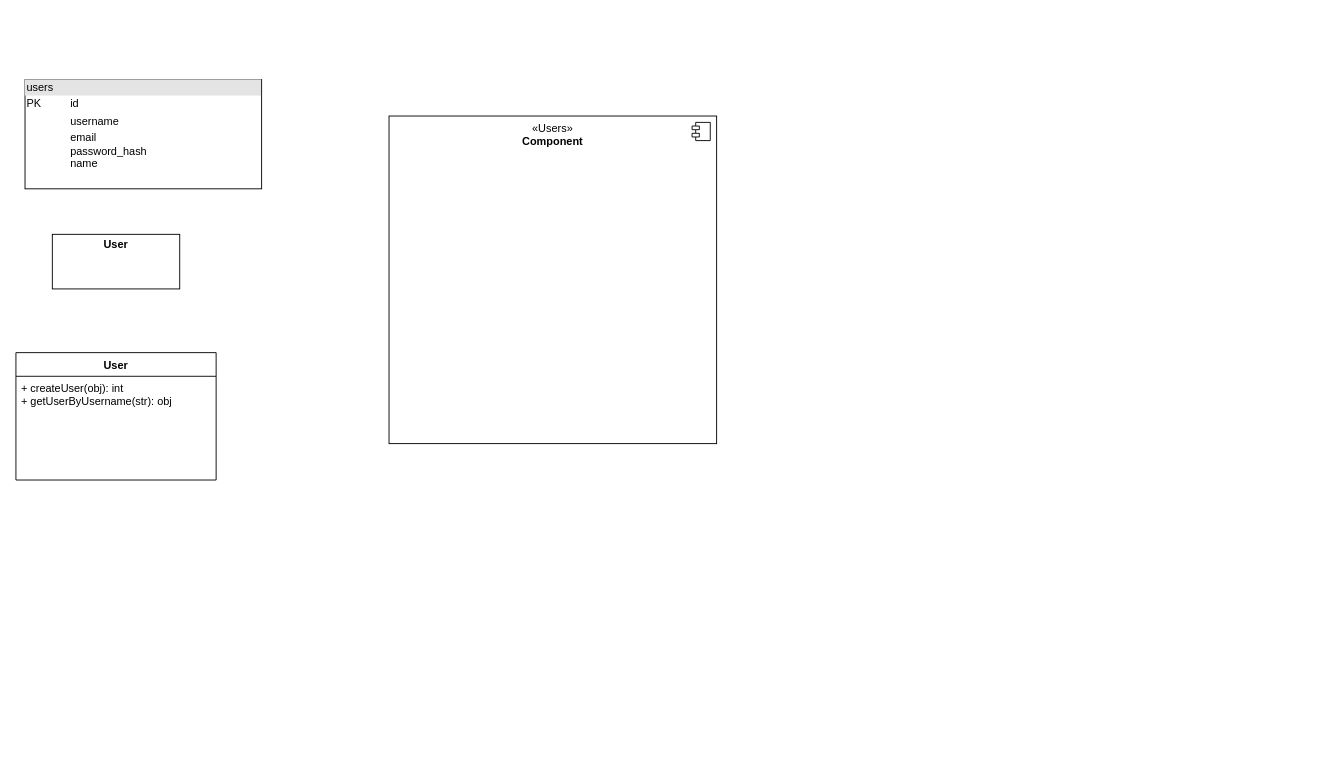
Earlier version of the draw.io diagram notepad.drawio (UladzimirTreihis/UMLs). Source tidied: cells renumbered, new cells numbered last; positions are measured from the earlier drawing's top-left corner, leaving out a move shared by most shapes. Both pictures are drawn from the tidied source at 91%, with x=0, y=0 at pixel (15, 79).
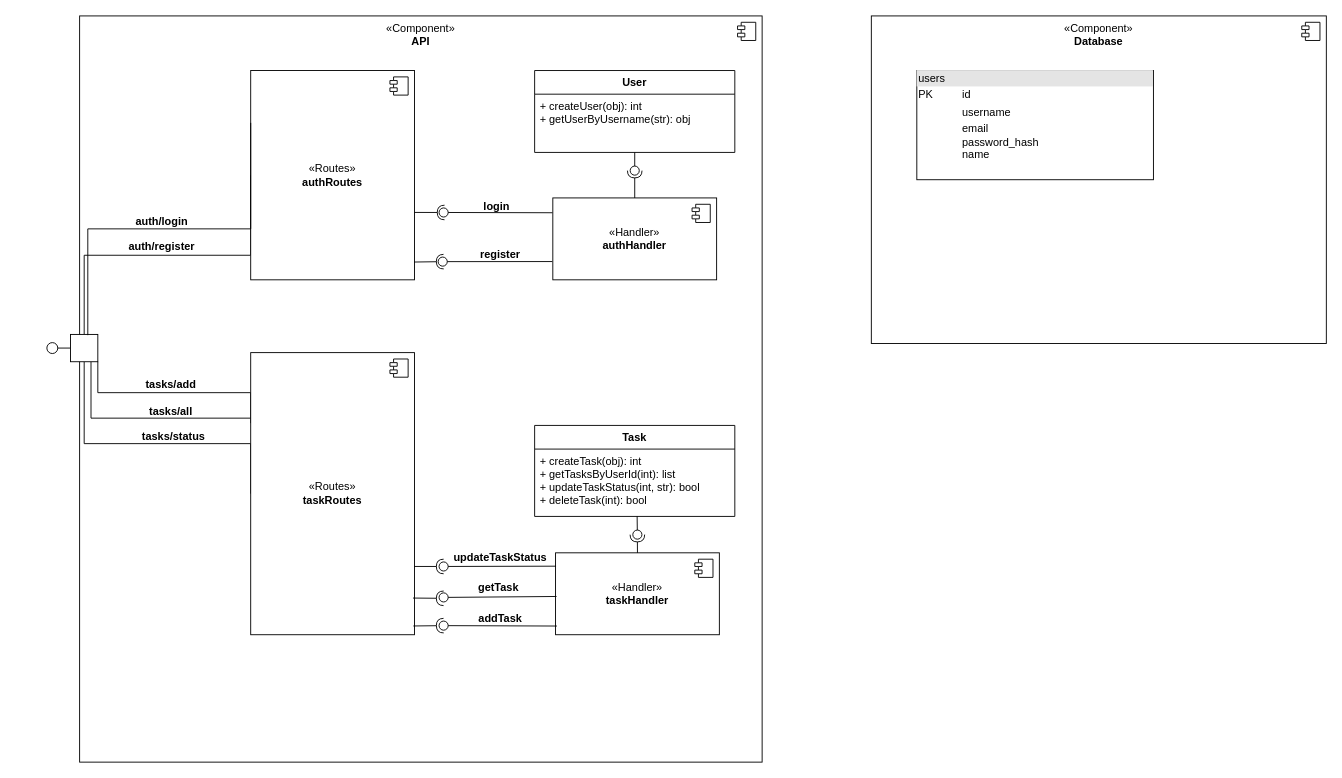
Above is the later version.

Diff of the diagram source:
```diff
@@
+    <mxCell id="8" value="«Component»&lt;br&gt;&lt;b&gt;Database&lt;/b&gt;" style="html=1;whiteSpace=wrap;verticalAlign=top;" parent="1" vertex="1">
+      <mxGeometry x="940" y="-70" width="500" height="360" as="geometry" />
+    </mxCell>
+    <mxCell id="9" style="shape=module;jettyWidth=8;jettyHeight=4;" parent="8" vertex="1">
+      <mxGeometry x="1" width="20" height="20" relative="1" as="geometry">
+        <mxPoint x="-27" y="7" as="offset" />
+      </mxGeometry>
+    </mxCell>
-    <mxCell id="2" value="«Users»&lt;br&gt;&lt;b&gt;Component&lt;/b&gt;" style="html=1;whiteSpace=wrap;verticalAlign=top;" parent="1" vertex="1">
-      <mxGeometry x="410" y="40" width="360" height="360" as="geometry" />
+    <mxCell id="2" value="«Component»&lt;br&gt;&lt;b&gt;API&lt;/b&gt;" style="html=1;whiteSpace=wrap;verticalAlign=top;" parent="1" vertex="1">
+      <mxGeometry x="70" y="-70" width="750" height="820" as="geometry" />
     </mxCell>
@@
     <mxCell id="4" value="&lt;div style=&quot;box-sizing:border-box;width:100%;background:#e4e4e4;padding:2px;&quot;&gt;users&lt;/div&gt;&lt;table style=&quot;width:100%;font-size:1em;&quot; cellpadding=&quot;2&quot; cellspacing=&quot;0&quot;&gt;&lt;tbody&gt;&lt;tr&gt;&lt;td&gt;PK&lt;/td&gt;&lt;td&gt;id&lt;/td&gt;&lt;/tr&gt;&lt;tr&gt;&lt;td&gt;&lt;br&gt;&lt;/td&gt;&lt;td&gt;username&lt;/td&gt;&lt;/tr&gt;&lt;tr&gt;&lt;td&gt;&lt;/td&gt;&lt;td&gt;email&lt;br&gt;password_hash&lt;br&gt;name&lt;/td&gt;&lt;/tr&gt;&lt;/tbody&gt;&lt;/table&gt;" style="verticalAlign=top;align=left;overflow=fill;html=1;whiteSpace=wrap;" parent="1" vertex="1">
-      <mxGeometry x="10" width="260" height="120" as="geometry" />
+      <mxGeometry x="990" y="-10" width="260" height="120" as="geometry" />
     </mxCell>
-    <mxCell id="5" value="&lt;p style=&quot;margin:0px;margin-top:4px;text-align:center;&quot;&gt;&lt;b&gt;User&lt;/b&gt;&lt;/p&gt;" style="verticalAlign=top;align=left;overflow=fill;html=1;whiteSpace=wrap;" parent="1" vertex="1">
-      <mxGeometry x="40" y="170" width="140" height="60" as="geometry" />
-    </mxCell>
     <mxCell id="6" value="User" style="swimlane;fontStyle=1;align=center;verticalAlign=top;horizontal=1;startSize=26;whiteSpace=wrap;html=1;" parent="1" vertex="1">
-      <mxGeometry y="300" width="220" height="140" as="geometry" />
+      <mxGeometry x="570" y="-10" width="220" height="90" as="geometry" />
     </mxCell>
     <mxCell id="7" value="+ createUser(obj): int&lt;div&gt;+ getUserByUsername(str): obj&lt;/div&gt;" style="text;strokeColor=none;fillColor=none;align=left;verticalAlign=top;spacingLeft=4;spacingRight=4;overflow=hidden;points=[[0,0.5],[1,0.5]];portConstraint=eastwest;whiteSpace=wrap;html=1;" parent="6" vertex="1">
-      <mxGeometry y="26" width="220" height="114" as="geometry" />
+      <mxGeometry y="26" width="220" height="64" as="geometry" />
     </mxCell>
+    <mxCell id="10" value="«Handler»&lt;br&gt;&lt;b&gt;authHandler&lt;/b&gt;" style="html=1;whiteSpace=wrap;verticalAlign=middle;" parent="1" vertex="1">
+      <mxGeometry x="590" y="130" width="180" height="90" as="geometry" />
+    </mxCell>
+    <mxCell id="11" style="shape=module;jettyWidth=8;jettyHeight=4;" parent="10" vertex="1">
+      <mxGeometry x="1" width="20" height="20" relative="1" as="geometry">
+        <mxPoint x="-27" y="7" as="offset" />
+      </mxGeometry>
+    </mxCell>
+    <mxCell id="12" style="edgeStyle=elbowEdgeStyle;shape=connector;rounded=0;jettySize=auto;html=1;exitX=0;exitY=0.5;exitDx=0;exitDy=0;entryX=0.5;entryY=1;entryDx=0;entryDy=0;strokeColor=default;strokeWidth=1;align=center;verticalAlign=middle;fontFamily=Helvetica;fontSize=11;fontColor=default;labelBackgroundColor=default;endArrow=none;endFill=0;endSize=12;elbow=vertical;" parent="1" edge="1" source="13" target="46">
+      <mxGeometry relative="1" as="geometry" />
+    </mxCell>
+    <mxCell id="13" value="«Routes»&lt;br&gt;&lt;b&gt;authRoutes&lt;/b&gt;" style="html=1;whiteSpace=wrap;verticalAlign=middle;" parent="1" vertex="1">
+      <mxGeometry x="258" y="-10" width="180" height="230" as="geometry" />
+    </mxCell>
+    <mxCell id="14" style="shape=module;jettyWidth=8;jettyHeight=4;" parent="13" vertex="1">
+      <mxGeometry x="1" width="20" height="20" relative="1" as="geometry">
+        <mxPoint x="-27" y="7" as="offset" />
+      </mxGeometry>
+    </mxCell>
+    <mxCell id="15" style="ellipse;whiteSpace=wrap;html=1;align=center;fillColor=none;strokeColor=none;perimeter=centerPerimeter;" parent="1" vertex="1">
+      <mxGeometry x="678" y="108" width="10" height="10" as="geometry" />
+    </mxCell>
+    <mxCell id="16" value="login" style="text;align=center;fontStyle=1;verticalAlign=middle;spacingLeft=3;spacingRight=3;strokeColor=none;html=1;" parent="1" vertex="1">
+      <mxGeometry x="498" y="135" width="60" height="10" as="geometry" />
+    </mxCell>
+    <mxCell id="17" value="register" style="text;align=center;fontStyle=1;verticalAlign=middle;spacingLeft=3;spacingRight=3;strokeColor=none;html=1;" parent="1" vertex="1">
+      <mxGeometry x="502" y="188" width="60" height="10" as="geometry" />
+    </mxCell>
+    <mxCell id="18" value="Task" style="swimlane;fontStyle=1;align=center;verticalAlign=top;horizontal=1;startSize=26;whiteSpace=wrap;html=1;" parent="1" vertex="1">
+      <mxGeometry x="570" y="380" width="220" height="100" as="geometry" />
+    </mxCell>
+    <mxCell id="19" value="+ createTask(obj): int&lt;div&gt;+ getTasksByUserId(int): list&lt;/div&gt;&lt;div&gt;+ updateTaskStatus(int, str): bool&lt;/div&gt;&lt;div&gt;+ deleteTask(int): bool&lt;/div&gt;" style="text;strokeColor=none;fillColor=none;align=left;verticalAlign=top;spacingLeft=4;spacingRight=4;overflow=hidden;points=[[0,0.5],[1,0.5]];portConstraint=eastwest;whiteSpace=wrap;html=1;" parent="18" vertex="1">
+      <mxGeometry y="26" width="220" height="74" as="geometry" />
+    </mxCell>
+    <mxCell id="20" value="«Handler»&lt;br&gt;&lt;b&gt;taskHandler&lt;/b&gt;" style="html=1;whiteSpace=wrap;verticalAlign=middle;" parent="1" vertex="1">
+      <mxGeometry x="593" y="520" width="180" height="90" as="geometry" />
+    </mxCell>
+    <mxCell id="21" style="shape=module;jettyWidth=8;jettyHeight=4;" parent="20" vertex="1">
+      <mxGeometry x="1" width="20" height="20" relative="1" as="geometry">
+        <mxPoint x="-27" y="7" as="offset" />
+      </mxGeometry>
+    </mxCell>
+    <mxCell id="22" style="edgeStyle=elbowEdgeStyle;shape=connector;rounded=0;jettySize=auto;html=1;exitX=0;exitY=0.25;exitDx=0;exitDy=0;entryX=0;entryY=0;entryDx=0;entryDy=0;strokeColor=default;strokeWidth=1;align=center;verticalAlign=middle;fontFamily=Helvetica;fontSize=11;fontColor=default;labelBackgroundColor=default;endArrow=none;endFill=0;endSize=12;elbow=vertical;" parent="1" edge="1" source="25" target="46">
+      <mxGeometry relative="1" as="geometry" />
+    </mxCell>
+    <mxCell id="23" style="edgeStyle=elbowEdgeStyle;shape=connector;rounded=0;jettySize=auto;html=1;exitX=0.011;exitY=0.43;exitDx=0;exitDy=0;entryX=0.25;entryY=0;entryDx=0;entryDy=0;strokeColor=default;strokeWidth=1;align=center;verticalAlign=middle;fontFamily=Helvetica;fontSize=11;fontColor=default;labelBackgroundColor=default;endArrow=none;endFill=0;endSize=12;elbow=vertical;exitPerimeter=0;" parent="1" edge="1" source="25" target="46">
+      <mxGeometry relative="1" as="geometry" />
+    </mxCell>
+    <mxCell id="24" style="edgeStyle=elbowEdgeStyle;shape=connector;rounded=0;jettySize=auto;html=1;exitX=0;exitY=0.5;exitDx=0;exitDy=0;entryX=0.5;entryY=0;entryDx=0;entryDy=0;strokeColor=default;strokeWidth=1;align=center;verticalAlign=middle;fontFamily=Helvetica;fontSize=11;fontColor=default;labelBackgroundColor=default;endArrow=none;endFill=0;endSize=12;elbow=vertical;" parent="1" edge="1" source="25" target="46">
+      <mxGeometry relative="1" as="geometry">
+        <Array as="points">
+          <mxPoint x="160" y="400" />
+        </Array>
+      </mxGeometry>
+    </mxCell>
+    <mxCell id="25" value="«Routes»&lt;br&gt;&lt;b&gt;taskRoutes&lt;/b&gt;" style="html=1;whiteSpace=wrap;verticalAlign=middle;flipH=0;direction=east;" parent="1" vertex="1">
+      <mxGeometry x="258" y="300" width="180" height="310" as="geometry" />
+    </mxCell>
+    <mxCell id="26" style="shape=module;jettyWidth=8;jettyHeight=4;" parent="25" vertex="1">
+      <mxGeometry x="1" width="20" height="20" relative="1" as="geometry">
+        <mxPoint x="-27" y="7" as="offset" />
+      </mxGeometry>
+    </mxCell>
+    <mxCell id="27" value="getTask" style="text;align=center;fontStyle=1;verticalAlign=middle;spacingLeft=3;spacingRight=3;strokeColor=none;html=1;" parent="1" vertex="1">
+      <mxGeometry x="500" y="553" width="60" height="10" as="geometry" />
+    </mxCell>
+    <mxCell id="28" value="addTask" style="text;align=center;fontStyle=1;verticalAlign=middle;spacingLeft=3;spacingRight=3;strokeColor=none;html=1;" parent="1" vertex="1">
+      <mxGeometry x="502" y="587" width="60" height="10" as="geometry" />
+    </mxCell>
+    <mxCell id="29" value="updateTaskStatus" style="text;align=center;fontStyle=1;verticalAlign=middle;spacingLeft=3;spacingRight=3;strokeColor=none;html=1;" parent="1" vertex="1">
+      <mxGeometry x="502" y="520" width="60" height="10" as="geometry" />
+    </mxCell>
+    <mxCell id="30" style="rounded=0;jettySize=auto;html=1;endArrow=halfCircle;endFill=0;endSize=6;strokeWidth=1;sketch=0;strokeColor=default;align=center;verticalAlign=middle;fontFamily=Helvetica;fontSize=11;fontColor=default;labelBackgroundColor=default;exitX=0.993;exitY=0.969;exitDx=0;exitDy=0;exitPerimeter=0;" parent="1" edge="1" source="25">
+      <mxGeometry relative="1" as="geometry">
+        <mxPoint x="470" y="600" as="targetPoint" />
+      </mxGeometry>
+    </mxCell>
+    <mxCell id="31" style="rounded=0;jettySize=auto;html=1;endArrow=oval;endFill=0;sketch=0;sourcePerimeterSpacing=0;targetPerimeterSpacing=0;endSize=10;strokeColor=default;strokeWidth=1;align=center;verticalAlign=middle;fontFamily=Helvetica;fontSize=11;fontColor=default;labelBackgroundColor=default;exitX=0.008;exitY=0.894;exitDx=0;exitDy=0;exitPerimeter=0;" parent="1" edge="1" source="20">
+      <mxGeometry relative="1" as="geometry">
+        <mxPoint x="470" y="600" as="targetPoint" />
+      </mxGeometry>
+    </mxCell>
+    <mxCell id="32" style="ellipse;whiteSpace=wrap;html=1;align=center;fillColor=none;strokeColor=none;perimeter=centerPerimeter;fontFamily=Helvetica;fontSize=11;fontColor=default;labelBackgroundColor=default;" parent="1" vertex="1">
+      <mxGeometry x="527" y="630" width="10" height="10" as="geometry" />
+    </mxCell>
+    <mxCell id="33" style="rounded=0;jettySize=auto;html=1;endArrow=halfCircle;endFill=0;endSize=6;strokeWidth=1;sketch=0;strokeColor=default;align=center;verticalAlign=middle;fontFamily=Helvetica;fontSize=11;fontColor=default;labelBackgroundColor=default;exitX=0.991;exitY=0.87;exitDx=0;exitDy=0;exitPerimeter=0;" parent="1" edge="1" source="25">
+      <mxGeometry relative="1" as="geometry">
+        <mxPoint x="470" y="570" as="targetPoint" />
+      </mxGeometry>
+    </mxCell>
+    <mxCell id="34" style="rounded=0;jettySize=auto;html=1;endArrow=oval;endFill=0;sketch=0;sourcePerimeterSpacing=0;targetPerimeterSpacing=0;endSize=10;strokeColor=default;strokeWidth=1;align=center;verticalAlign=middle;fontFamily=Helvetica;fontSize=11;fontColor=default;labelBackgroundColor=default;exitX=0.006;exitY=0.533;exitDx=0;exitDy=0;exitPerimeter=0;" parent="1" edge="1" source="20">
+      <mxGeometry relative="1" as="geometry">
+        <mxPoint x="470" y="569" as="targetPoint" />
+      </mxGeometry>
+    </mxCell>
+    <mxCell id="35" style="rounded=0;jettySize=auto;html=1;endArrow=halfCircle;endFill=0;endSize=6;strokeWidth=1;sketch=0;strokeColor=default;align=center;verticalAlign=middle;fontFamily=Helvetica;fontSize=11;fontColor=default;labelBackgroundColor=default;exitX=0.998;exitY=0.758;exitDx=0;exitDy=0;exitPerimeter=0;" parent="1" edge="1" source="25">
+      <mxGeometry relative="1" as="geometry">
+        <mxPoint x="470" y="535" as="targetPoint" />
+      </mxGeometry>
+    </mxCell>
+    <mxCell id="36" style="rounded=0;jettySize=auto;html=1;endArrow=oval;endFill=0;sketch=0;sourcePerimeterSpacing=0;targetPerimeterSpacing=0;endSize=10;strokeColor=default;strokeWidth=1;align=center;verticalAlign=middle;fontFamily=Helvetica;fontSize=11;fontColor=default;labelBackgroundColor=default;exitX=0.003;exitY=0.163;exitDx=0;exitDy=0;exitPerimeter=0;" parent="1" edge="1" source="20">
+      <mxGeometry relative="1" as="geometry">
+        <mxPoint x="470" y="535" as="targetPoint" />
+      </mxGeometry>
+    </mxCell>
+    <mxCell id="37" style="rounded=0;jettySize=auto;html=1;endArrow=halfCircle;endFill=0;endSize=6;strokeWidth=1;sketch=0;strokeColor=default;align=center;verticalAlign=middle;fontFamily=Helvetica;fontSize=11;fontColor=default;labelBackgroundColor=default;exitX=0.997;exitY=0.915;exitDx=0;exitDy=0;exitPerimeter=0;" parent="1" edge="1" source="13">
+      <mxGeometry relative="1" as="geometry">
+        <mxPoint x="470" y="200" as="targetPoint" />
+      </mxGeometry>
+    </mxCell>
+    <mxCell id="38" style="rounded=0;jettySize=auto;html=1;endArrow=oval;endFill=0;sketch=0;sourcePerimeterSpacing=0;targetPerimeterSpacing=0;endSize=10;strokeColor=default;strokeWidth=1;align=center;verticalAlign=middle;fontFamily=Helvetica;fontSize=11;fontColor=default;labelBackgroundColor=default;exitX=-0.003;exitY=0.777;exitDx=0;exitDy=0;exitPerimeter=0;" parent="1" edge="1" source="10">
+      <mxGeometry relative="1" as="geometry">
+        <mxPoint x="469" y="200" as="targetPoint" />
+      </mxGeometry>
+    </mxCell>
+    <mxCell id="39" style="rounded=0;jettySize=auto;html=1;endArrow=halfCircle;endFill=0;endSize=6;strokeWidth=1;sketch=0;strokeColor=default;align=center;verticalAlign=middle;fontFamily=Helvetica;fontSize=11;fontColor=default;labelBackgroundColor=default;exitX=1;exitY=0.678;exitDx=0;exitDy=0;exitPerimeter=0;" parent="1" edge="1" source="13">
+      <mxGeometry relative="1" as="geometry">
+        <mxPoint x="471" y="146" as="targetPoint" />
+      </mxGeometry>
+    </mxCell>
+    <mxCell id="40" style="rounded=0;jettySize=auto;html=1;endArrow=oval;endFill=0;sketch=0;sourcePerimeterSpacing=0;targetPerimeterSpacing=0;endSize=10;strokeColor=default;strokeWidth=1;align=center;verticalAlign=middle;fontFamily=Helvetica;fontSize=11;fontColor=default;labelBackgroundColor=default;exitX=-0.002;exitY=0.181;exitDx=0;exitDy=0;exitPerimeter=0;" parent="1" edge="1" source="10">
+      <mxGeometry relative="1" as="geometry">
+        <mxPoint x="470" y="146" as="targetPoint" />
+      </mxGeometry>
+    </mxCell>
+    <mxCell id="41" style="rounded=0;jettySize=auto;html=1;endArrow=halfCircle;endFill=0;endSize=6;strokeWidth=1;sketch=0;strokeColor=default;align=center;verticalAlign=middle;fontFamily=Helvetica;fontSize=11;fontColor=default;labelBackgroundColor=default;exitX=0.5;exitY=0;exitDx=0;exitDy=0;" parent="1" edge="1" source="10">
+      <mxGeometry relative="1" as="geometry">
+        <mxPoint x="680" y="100" as="targetPoint" />
+      </mxGeometry>
+    </mxCell>
+    <mxCell id="42" style="rounded=0;jettySize=auto;html=1;endArrow=oval;endFill=0;sketch=0;sourcePerimeterSpacing=0;targetPerimeterSpacing=0;endSize=10;strokeColor=default;strokeWidth=1;align=center;verticalAlign=middle;fontFamily=Helvetica;fontSize=11;fontColor=default;labelBackgroundColor=default;exitX=0.5;exitY=1;exitDx=0;exitDy=0;exitPerimeter=0;" parent="1" edge="1" source="7">
+      <mxGeometry relative="1" as="geometry">
+        <mxPoint x="680" y="100" as="targetPoint" />
+      </mxGeometry>
+    </mxCell>
+    <mxCell id="43" style="rounded=0;jettySize=auto;html=1;endArrow=halfCircle;endFill=0;endSize=6;strokeWidth=1;sketch=0;strokeColor=default;align=center;verticalAlign=middle;fontFamily=Helvetica;fontSize=11;fontColor=default;labelBackgroundColor=default;exitX=0.5;exitY=0;exitDx=0;exitDy=0;" parent="1" edge="1" source="20">
+      <mxGeometry relative="1" as="geometry">
+        <mxPoint x="682.9" y="500" as="targetPoint" />
+      </mxGeometry>
+    </mxCell>
+    <mxCell id="44" style="rounded=0;jettySize=auto;html=1;endArrow=oval;endFill=0;sketch=0;sourcePerimeterSpacing=0;targetPerimeterSpacing=0;endSize=10;strokeColor=default;strokeWidth=1;align=center;verticalAlign=middle;fontFamily=Helvetica;fontSize=11;fontColor=default;labelBackgroundColor=default;exitX=0.512;exitY=0.997;exitDx=0;exitDy=0;exitPerimeter=0;entryX=0.77;entryY=0.207;entryDx=0;entryDy=0;entryPerimeter=0;" parent="1" edge="1" source="19">
+      <mxGeometry relative="1" as="geometry">
+        <mxPoint x="682.9" y="500" as="targetPoint" />
+      </mxGeometry>
+    </mxCell>
+    <mxCell id="45" style="edgeStyle=none;shape=connector;rounded=0;jettySize=auto;html=1;strokeColor=default;strokeWidth=1;align=center;verticalAlign=middle;fontFamily=Helvetica;fontSize=11;fontColor=default;labelBackgroundColor=default;endArrow=oval;endFill=0;endSize=12;" parent="1" edge="1" source="46">
+      <mxGeometry relative="1" as="geometry">
+        <mxPoint x="40" y="295" as="targetPoint" />
+      </mxGeometry>
+    </mxCell>
+    <mxCell id="46" style="html=1;rounded=0;fontFamily=Helvetica;fontSize=11;fontColor=default;labelBackgroundColor=default;flipV=0;flipH=0;direction=west;" parent="1" vertex="1">
+      <mxGeometry x="60" y="280" width="30" height="30" as="geometry" />
+    </mxCell>
+    <mxCell id="47" style="edgeStyle=elbowEdgeStyle;shape=connector;rounded=0;jettySize=auto;html=1;exitX=0;exitY=0.25;exitDx=0;exitDy=0;entryX=0.367;entryY=0.973;entryDx=0;entryDy=0;entryPerimeter=0;strokeColor=default;strokeWidth=1;align=center;verticalAlign=middle;fontFamily=Helvetica;fontSize=11;fontColor=default;labelBackgroundColor=default;endArrow=none;endFill=0;endSize=12;elbow=vertical;" parent="1" edge="1" source="13" target="46">
+      <mxGeometry relative="1" as="geometry" />
+    </mxCell>
+    <mxCell id="48" value="auth/login" style="text;align=center;fontStyle=1;verticalAlign=middle;spacingLeft=3;spacingRight=3;strokeColor=none;html=1;" parent="1" vertex="1">
+      <mxGeometry x="130" y="151" width="60" height="10" as="geometry" />
+    </mxCell>
+    <mxCell id="49" value="auth/register" style="text;align=center;fontStyle=1;verticalAlign=middle;spacingLeft=3;spacingRight=3;strokeColor=none;html=1;" parent="1" vertex="1">
+      <mxGeometry x="130" y="179" width="60" height="10" as="geometry" />
+    </mxCell>
+    <mxCell id="50" value="tasks/add" style="text;align=center;fontStyle=1;verticalAlign=middle;spacingLeft=3;spacingRight=3;strokeColor=none;html=1;" parent="1" vertex="1">
+      <mxGeometry x="140" y="330" width="60" height="10" as="geometry" />
+    </mxCell>
+    <mxCell id="51" value="tasks/all" style="text;align=center;fontStyle=1;verticalAlign=middle;spacingLeft=3;spacingRight=3;strokeColor=none;html=1;" parent="1" vertex="1">
+      <mxGeometry x="140" y="360" width="60" height="10" as="geometry" />
+    </mxCell>
+    <mxCell id="52" value="tasks/status" style="text;align=center;fontStyle=1;verticalAlign=middle;spacingLeft=3;spacingRight=3;strokeColor=none;html=1;" parent="1" vertex="1">
+      <mxGeometry x="143" y="387" width="60" height="10" as="geometry" />
+    </mxCell>
```
